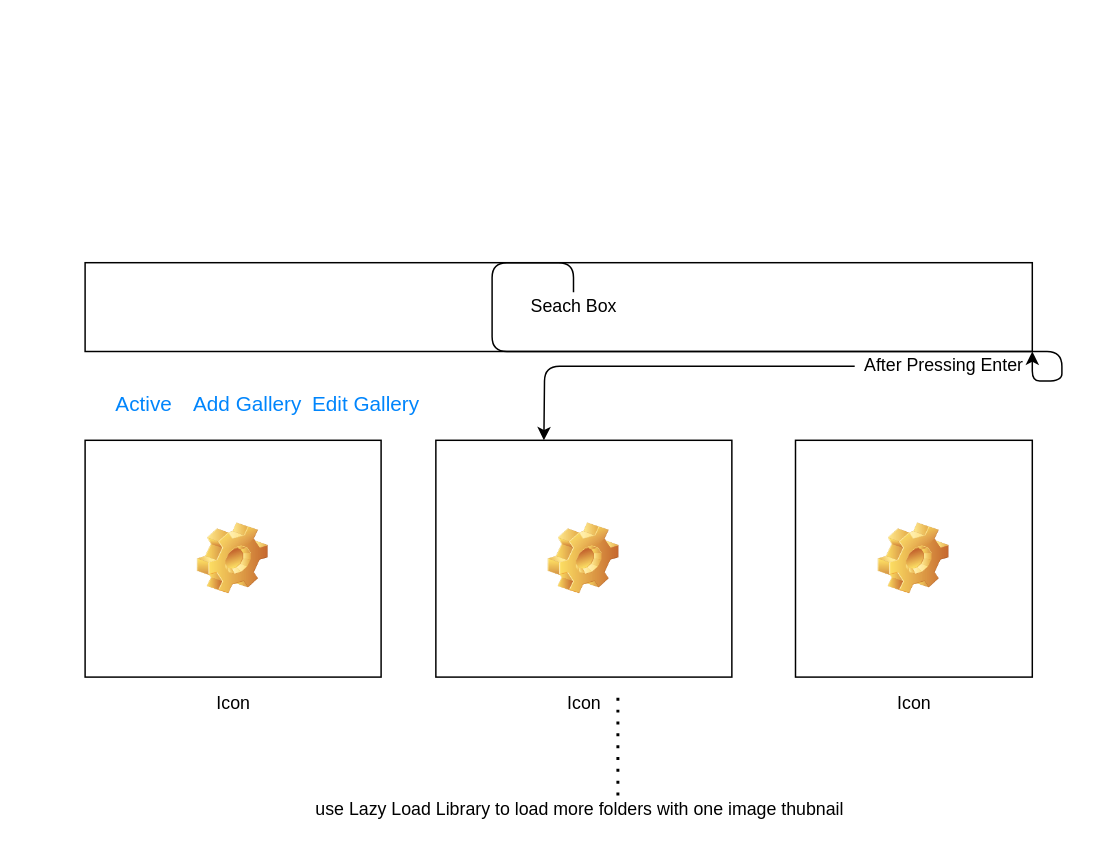
Earlier version of the draw.io diagram page "Step-1" (1 of 2) of photo_gallery-00.drawio (amitkumar-niranjan/imageGallery). Source tidied: cells renumbered, new cells numbered last; positions are measured from the earlier drawing's top-left corner, leaving out a move shared by most shapes. Both pictures are drawn from the tidied source at 148%, with x=0, y=0 at pixel (84, 262).
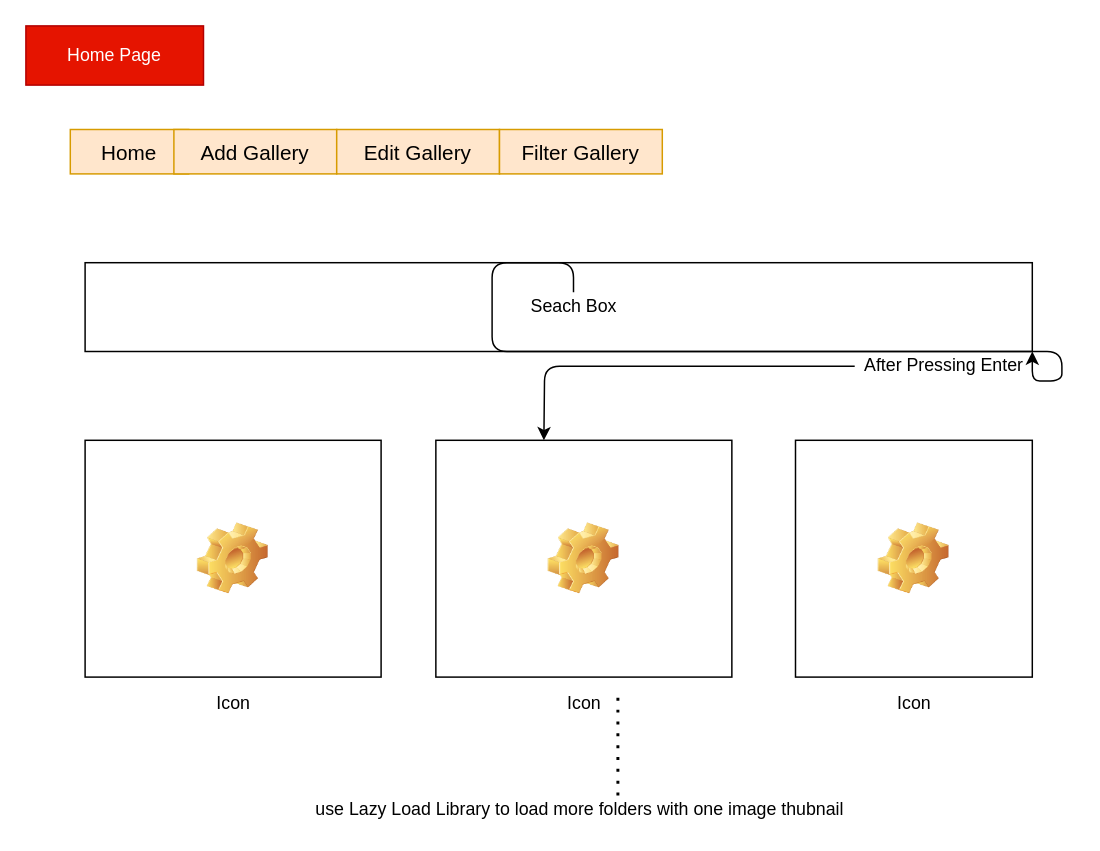
Above is the later version.

What changed in the source:
```diff
@@
-    <mxCell id="3" value="Active" style="fillColor=none;strokeColor=none;fontSize=14;fontColor=#0085FC;rounded=0;sketch=0;" parent="1" vertex="1">
-      <mxGeometry y="80" width="80" height="30" as="geometry" />
+    <mxCell id="3" value="Home" style="fillColor=#ffe6cc;strokeColor=#d79b00;fontSize=14;rounded=0;sketch=0;" parent="1" vertex="1">
+      <mxGeometry x="-10" y="-90" width="80" height="30" as="geometry" />
     </mxCell>
-    <mxCell id="4" value="Add Gallery" style="fillColor=none;strokeColor=none;fontSize=14;fontColor=#0085FC;rounded=0;sketch=0;" parent="1" vertex="1">
-      <mxGeometry x="80" y="80" width="60" height="30" as="geometry" />
+    <mxCell id="4" value="Add Gallery" style="fillColor=#ffe6cc;strokeColor=#d79b00;fontSize=14;rounded=0;sketch=0;" parent="1" vertex="1">
+      <mxGeometry x="60" y="-90" width="110" height="30" as="geometry" />
     </mxCell>
+    <mxCell id="18" style="rounded=0;whiteSpace=wrap;html=1;sketch=0;" parent="1" vertex="1">
+      <mxGeometry x="270" y="130" width="120" height="60" as="geometry" />
+    </mxCell>
+    <mxCell id="19" value="Home Page" style="rounded=0;whiteSpace=wrap;html=1;sketch=0;fillColor=#e51400;fontColor=#ffffff;strokeColor=#B20000;" parent="1" vertex="1">
+      <mxGeometry x="-40" y="-160" width="120" height="40" as="geometry" />
+    </mxCell>
-    <mxCell id="5" value="Edit Gallery&#10;" style="fillColor=none;strokeColor=none;fontSize=14;fontColor=#0085FC;rounded=0;sketch=0;" parent="1" vertex="1">
-      <mxGeometry x="160" y="88" width="60" height="30" as="geometry" />
+    <mxCell id="5" value="Edit Gallery" style="fillColor=#ffe6cc;strokeColor=#d79b00;fontSize=14;rounded=0;sketch=0;" parent="1" vertex="1">
+      <mxGeometry x="170" y="-90" width="110" height="30" as="geometry" />
     </mxCell>
+    <mxCell id="20" value="Filter Gallery" style="fillColor=#ffe6cc;strokeColor=#d79b00;fontSize=14;rounded=0;sketch=0;" parent="1" vertex="1">
+      <mxGeometry x="280" y="-90" width="110" height="30" as="geometry" />
+    </mxCell>
```
